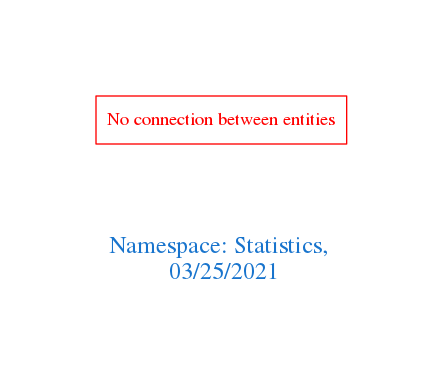
Earlier version of the Graphviz export downloads/Statistics.png (arago/OGIT). Its source is kept beside it as downloads/Statistics.dot.
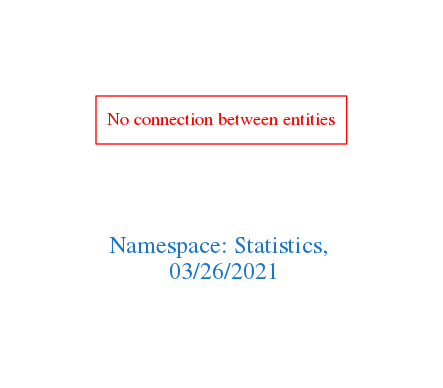
Above is the later version.

Change to the diagram source:
```diff
@@ -1,7 +1,7 @@
 digraph OGIT_ontology {
  graph [ rankdir= LR,pad=1
 fontsize = 18,
-fontcolor= dodgerblue3,label = "\n\n\nNamespace: Statistics, \n 03/25/2021"];
+fontcolor= dodgerblue3,label = "\n\n\nNamespace: Statistics, \n 03/26/2021"];
 node[shape=polygon];
 edge [  color="gray81"];
 
```
